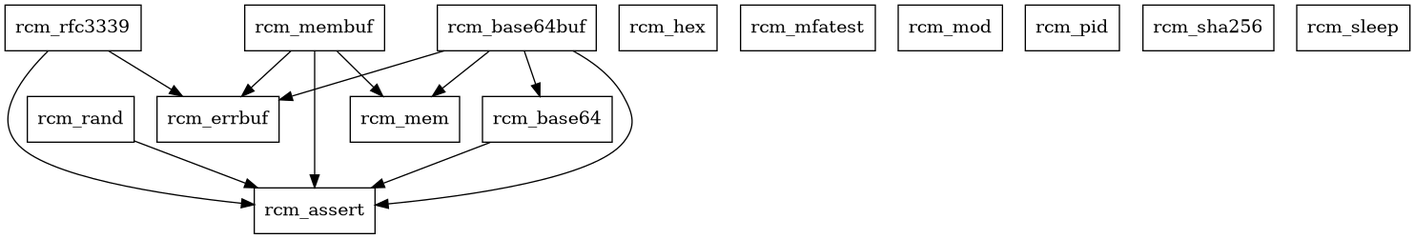
librcm/librcm keeps this Graphviz diagram as docs/module_deps.png. Above is the earlier version. Its source is kept beside it as docs/module_deps.dot. Its diagram source:
```dot
strict digraph {
  rcm_assert [shape=box]
  rcm_base64 [shape=box]
  rcm_base64buf [shape=box]
  rcm_errbuf [shape=box]
  rcm_hex [shape=box]
  rcm_mem [shape=box]
  rcm_membuf [shape=box]
  rcm_mfatest [shape=box]
  rcm_mod [shape=box]
  rcm_pid [shape=box]
  rcm_rand [shape=box]
  rcm_rfc3339 [shape=box]
  rcm_sha256[shape=box]
  rcm_sleep [shape=box]
  rcm_base64 -> rcm_assert
  rcm_base64buf -> rcm_assert
  rcm_base64buf -> rcm_base64
  rcm_base64buf -> rcm_errbuf
  rcm_base64buf -> rcm_mem
  rcm_membuf -> rcm_assert
  rcm_membuf -> rcm_errbuf
  rcm_membuf -> rcm_mem
  rcm_rand -> rcm_assert
  rcm_rfc3339 -> rcm_assert
  rcm_rfc3339 -> rcm_errbuf
}
```
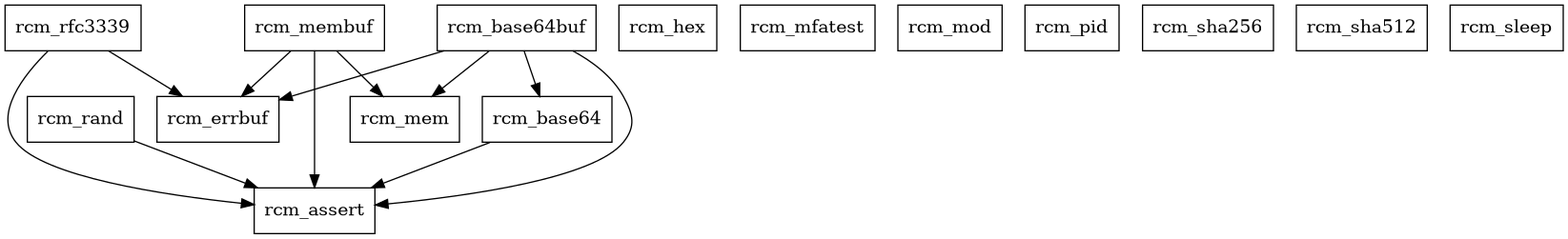
Above is the later version.

Commit message:
add sha512 module

Diff of the diagram source:
```diff
@@ -12,6 +12,7 @@
   rcm_rand [shape=box]
   rcm_rfc3339 [shape=box]
   rcm_sha256[shape=box]
+  rcm_sha512[shape=box]
   rcm_sleep [shape=box]
   rcm_base64 -> rcm_assert
   rcm_base64buf -> rcm_assert
```
